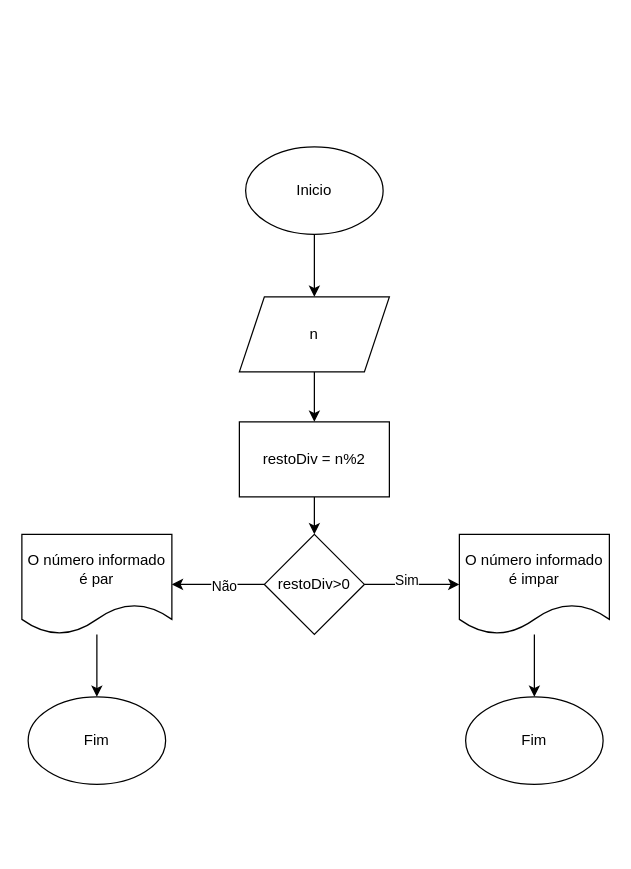
luanayasmim/repos-cap-unasp keeps this draw.io diagram as ex8.drawio. Above is the earlier version. Source tidied: cells renumbered, new cells numbered last; positions are measured from the earlier drawing's top-left corner, leaving out a move shared by most shapes. Both pictures are drawn from the tidied source at 125%, with x=0, y=0 at pixel (21, 146).
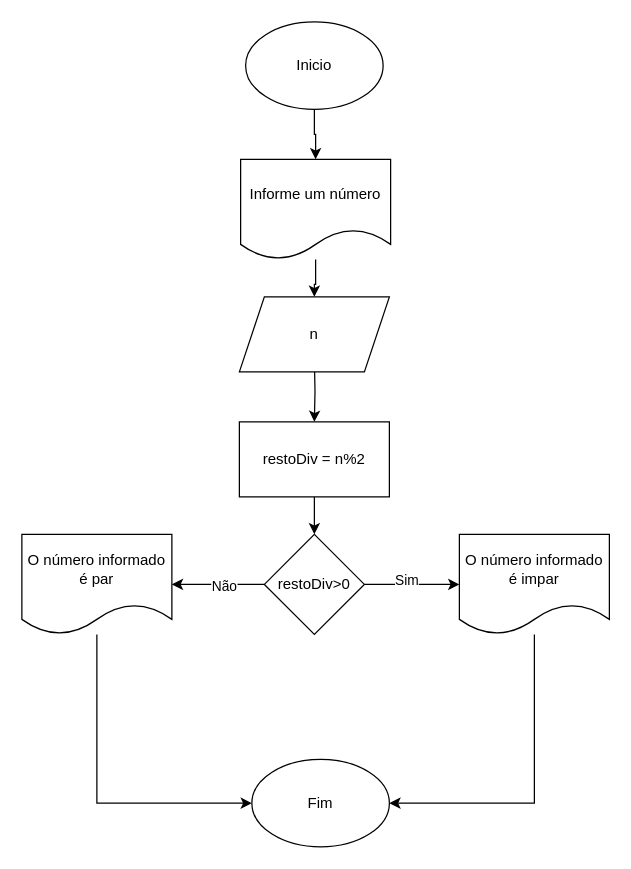
The same page after the edit.

Unchanged cells that the change refers to:
```xml
<mxCell id="5" value="n" style="shape=parallelogram;perimeter=parallelogramPerimeter;whiteSpace=wrap;html=1;fixedSize=1;" parent="1" vertex="1">
  <mxGeometry x="174" y="120" width="120" height="60" as="geometry" />
</mxCell>
<mxCell id="7" value="restoDiv = n%2" style="rounded=0;whiteSpace=wrap;html=1;" parent="1" vertex="1">
  <mxGeometry x="174" y="220" width="120" height="60" as="geometry" />
</mxCell>
<mxCell id="14" value="O número informado é impar" style="shape=document;whiteSpace=wrap;html=1;boundedLbl=1;" parent="1" vertex="1">
  <mxGeometry x="350" y="310" width="120" height="80" as="geometry" />
</mxCell>
<mxCell id="16" value="O número informado é par" style="shape=document;whiteSpace=wrap;html=1;boundedLbl=1;" parent="1" vertex="1">
  <mxGeometry y="310" width="120" height="80" as="geometry" />
</mxCell>
```

What changed in the source:
```diff
@@
-    <mxCell id="2" style="edgeStyle=orthogonalEdgeStyle;rounded=0;jettySize=auto;html=1;" parent="1" edge="1" source="3" target="5">
-      <mxGeometry relative="1" as="geometry" />
-    </mxCell>
+    <mxCell id="19" style="edgeStyle=orthogonalEdgeStyle;rounded=0;jettySize=auto;html=1;" parent="1" edge="1" source="3" target="21">
+      <mxGeometry relative="1" as="geometry" />
+    </mxCell>
     <mxCell id="3" value="Inicio" style="ellipse;whiteSpace=wrap;html=1;" parent="1" vertex="1">
-      <mxGeometry x="179" width="110" height="70" as="geometry" />
+      <mxGeometry x="179" y="-100" width="110" height="70" as="geometry" />
     </mxCell>
-    <mxCell id="4" style="edgeStyle=orthogonalEdgeStyle;rounded=0;jettySize=auto;html=1;" parent="1" edge="1" source="5" target="7">
-      <mxGeometry relative="1" as="geometry" />
+    <mxCell id="4" style="edgeStyle=orthogonalEdgeStyle;rounded=0;jettySize=auto;html=1;" parent="1" edge="1" target="7">
+      <mxGeometry relative="1" as="geometry">
+        <mxPoint x="234" y="170" as="sourcePoint" />
+      </mxGeometry>
     </mxCell>
@@
-    <mxCell id="13" style="edgeStyle=orthogonalEdgeStyle;rounded=0;jettySize=auto;html=1;" parent="1" edge="1" source="14" target="18">
-      <mxGeometry relative="1" as="geometry" />
+    <mxCell id="13" style="edgeStyle=orthogonalEdgeStyle;rounded=0;jettySize=auto;html=1;entryX=1;entryY=0.5;entryDx=0;entryDy=0;" parent="1" edge="1" source="14" target="17">
+      <mxGeometry relative="1" as="geometry">
+        <Array as="points">
+          <mxPoint x="410" y="525" />
+        </Array>
+      </mxGeometry>
     </mxCell>
@@
     <mxCell id="15" style="edgeStyle=orthogonalEdgeStyle;rounded=0;jettySize=auto;html=1;" parent="1" edge="1" source="16" target="17">
-      <mxGeometry relative="1" as="geometry" />
+      <mxGeometry relative="1" as="geometry">
+        <Array as="points">
+          <mxPoint x="60" y="525" />
+        </Array>
+      </mxGeometry>
     </mxCell>
@@
     <mxCell id="17" value="Fim" style="ellipse;whiteSpace=wrap;html=1;" parent="1" vertex="1">
-      <mxGeometry x="5" y="440" width="110" height="70" as="geometry" />
+      <mxGeometry x="184" y="490" width="110" height="70" as="geometry" />
     </mxCell>
-    <mxCell id="18" value="Fim" style="ellipse;whiteSpace=wrap;html=1;" parent="1" vertex="1">
-      <mxGeometry x="355" y="440" width="110" height="70" as="geometry" />
-    </mxCell>
+    <mxCell id="20" style="edgeStyle=orthogonalEdgeStyle;rounded=0;jettySize=auto;html=1;" parent="1" edge="1" source="21" target="5">
+      <mxGeometry relative="1" as="geometry" />
+    </mxCell>
+    <mxCell id="21" value="Informe um número" style="shape=document;whiteSpace=wrap;html=1;boundedLbl=1;" parent="1" vertex="1">
+      <mxGeometry x="175" y="10" width="120" height="80" as="geometry" />
+    </mxCell>
```
